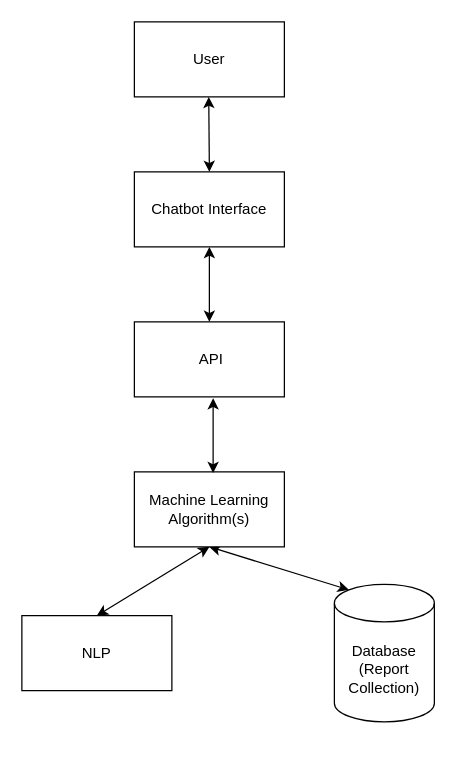
The draw.io diagram SystemDesign.drawio in pranavn35/ProjectDiagrams, before the edit. Source tidied: cells renumbered, new cells numbered last; positions are measured from the earlier drawing's top-left corner, leaving out a move shared by most shapes. Both pictures are drawn from the tidied source at 125%, with x=0, y=0 at pixel (21, 21).
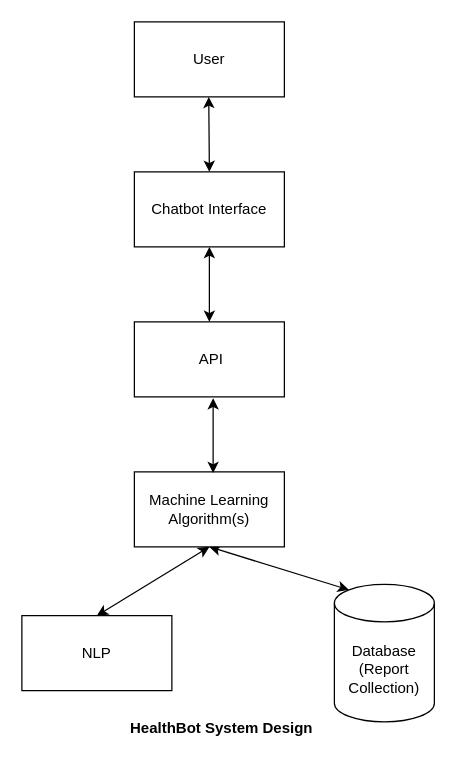
The same diagram, later.

Change to the diagram source:
```diff
@@
 <mxGraphModel>
   <root>
     <mxCell id="0" />
     <mxCell id="1" parent="0" />
     <mxCell id="2" value="User" style="rounded=0;whiteSpace=wrap;html=1;" parent="1" vertex="1">
       <mxGeometry x="90" width="120" height="60" as="geometry" />
     </mxCell>
     <mxCell id="3" value="Chatbot Interface" style="rounded=0;whiteSpace=wrap;html=1;" parent="1" vertex="1">
       <mxGeometry x="90" y="120" width="120" height="60" as="geometry" />
     </mxCell>
     <mxCell id="4" value="&amp;nbsp;API" style="rounded=0;whiteSpace=wrap;html=1;" parent="1" vertex="1">
       <mxGeometry x="90" y="240" width="120" height="60" as="geometry" />
     </mxCell>
     <mxCell id="5" value="Database&lt;br&gt;(Report Collection)" style="shape=cylinder3;whiteSpace=wrap;html=1;boundedLbl=1;backgroundOutline=1;size=15;" parent="1" vertex="1">
       <mxGeometry x="250" y="450" width="80" height="110" as="geometry" />
     </mxCell>
     <mxCell id="6" style="endArrow=classic;startArrow=classic;html=1;rounded=0;" parent="1" edge="1">
       <mxGeometry relative="1" as="geometry">
         <mxPoint x="150" y="120" as="sourcePoint" />
         <mxPoint x="149.5" y="60" as="targetPoint" />
       </mxGeometry>
     </mxCell>
     <mxCell id="7" style="endArrow=classic;startArrow=classic;html=1;rounded=0;exitX=0.5;exitY=0;exitDx=0;exitDy=0;entryX=0.5;entryY=1;entryDx=0;entryDy=0;" parent="1" edge="1" source="12" target="10">
       <mxGeometry relative="1" as="geometry" />
     </mxCell>
     <mxCell id="8" style="endArrow=classic;startArrow=classic;html=1;rounded=0;entryX=0.5;entryY=1;entryDx=0;entryDy=0;exitX=0.145;exitY=0;exitDx=0;exitDy=4.35;exitPerimeter=0;" parent="1" edge="1" source="5" target="10">
       <mxGeometry relative="1" as="geometry" />
     </mxCell>
     <mxCell id="9" style="endArrow=classic;startArrow=classic;html=1;rounded=0;exitX=0.5;exitY=1;exitDx=0;exitDy=0;" parent="1" edge="1" source="3">
       <mxGeometry relative="1" as="geometry">
         <mxPoint x="150" y="240" as="targetPoint" />
       </mxGeometry>
     </mxCell>
     <mxCell id="10" value="Machine Learning Algorithm(s)" style="rounded=0;whiteSpace=wrap;html=1;" parent="1" vertex="1">
       <mxGeometry x="90" y="360" width="120" height="60" as="geometry" />
     </mxCell>
     <mxCell id="11" style="endArrow=classic;startArrow=classic;html=1;rounded=0;exitX=0.5;exitY=1;exitDx=0;exitDy=0;" parent="1" edge="1">
       <mxGeometry relative="1" as="geometry">
         <mxPoint x="153" y="301" as="sourcePoint" />
         <mxPoint x="153" y="361" as="targetPoint" />
       </mxGeometry>
     </mxCell>
     <mxCell id="12" value="NLP" style="rounded=0;whiteSpace=wrap;html=1;" parent="1" vertex="1">
       <mxGeometry y="475" width="120" height="60" as="geometry" />
     </mxCell>
+    <mxCell id="13" value="&lt;b&gt;HealthBot System Design&lt;/b&gt;" style="text;html=1;strokeColor=none;fillColor=none;align=center;verticalAlign=middle;whiteSpace=wrap;rounded=0;" parent="1" vertex="1">
+      <mxGeometry x="70" y="550" width="180" height="30" as="geometry" />
+    </mxCell>
   </root>
 </mxGraphModel>
```
